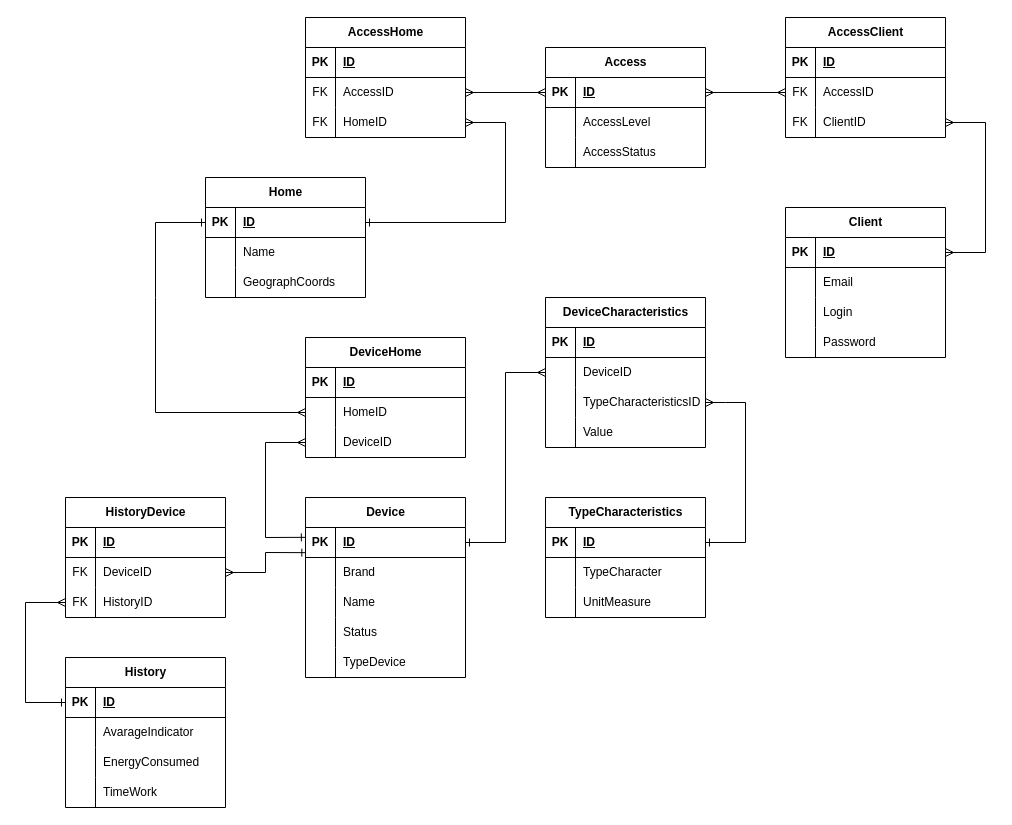
This is report/img/newDB.drawio from Mamvriyskiy/IoT-system, a draw.io file, before an edit. Source tidied: cells renumbered, new cells numbered last; positions are measured from the earlier drawing's top-left corner, leaving out a move shared by most shapes. Both pictures are drawn from the tidied source at 100%, with x=0, y=0 at pixel (25, 17).
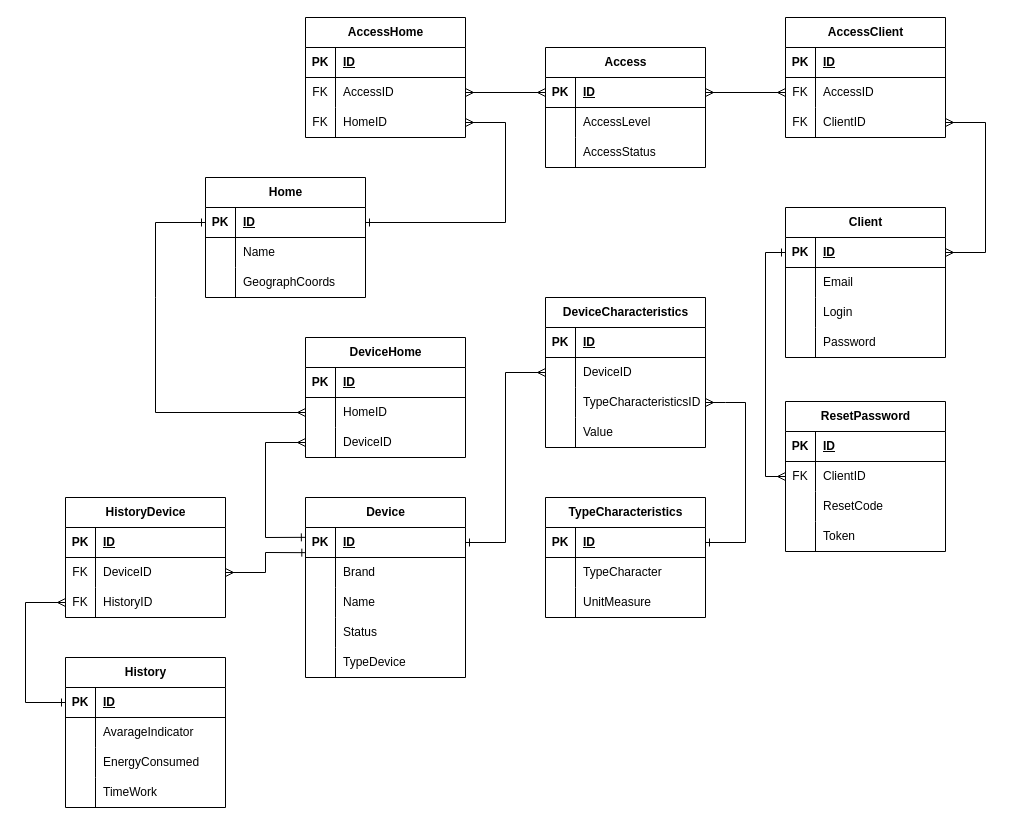
The same diagram, later.

The change refers to these unchanged cells:
```xml
<mxCell id="3" style="shape=tableRow;horizontal=0;startSize=0;swimlaneHead=0;swimlaneBody=0;fillColor=none;points=[[0,0.5],[1,0.5]];portConstraint=eastwest;top=0;left=0;right=0;bottom=1;" parent="2" vertex="1">
  <mxGeometry y="30" width="160" height="30" as="geometry" />
</mxCell>
```

What changed in the source:
```diff
@@
+    <mxCell id="137" value="ResetPassword" style="shape=table;startSize=30;childLayout=tableLayout;rowLines=0;fontStyle=1;align=center;html=1;" parent="1" vertex="1">
+      <mxGeometry x="760" y="384" width="160" height="150" as="geometry" />
+    </mxCell>
+    <mxCell id="138" style="shape=tableRow;horizontal=0;startSize=0;swimlaneHead=0;swimlaneBody=0;fillColor=none;top=0;left=0;right=0;bottom=1;" parent="137" vertex="1">
+      <mxGeometry y="30" width="160" height="30" as="geometry" />
+    </mxCell>
+    <mxCell id="139" value="PK" style="shape=partialRectangle;fillColor=none;top=0;left=0;bottom=0;right=0;fontStyle=1;overflow=hidden;whiteSpace=wrap;html=1;" parent="138" vertex="1">
+      <mxGeometry width="30" height="30" as="geometry" />
+    </mxCell>
+    <mxCell id="140" value="ID" style="shape=partialRectangle;fillColor=none;top=0;left=0;bottom=0;right=0;align=left;spacingLeft=6;fontStyle=5;overflow=hidden;whiteSpace=wrap;html=1;" parent="138" vertex="1">
+      <mxGeometry x="30" width="130" height="30" as="geometry" />
+    </mxCell>
+    <mxCell id="141" style="shape=tableRow;horizontal=0;startSize=0;swimlaneHead=0;swimlaneBody=0;fillColor=none;points=[[0,0.5],[1,0.5]];portConstraint=eastwest;top=0;left=0;right=0;bottom=0;" parent="137" vertex="1">
+      <mxGeometry y="60" width="160" height="30" as="geometry" />
+    </mxCell>
+    <mxCell id="142" value="FK" style="shape=partialRectangle;fillColor=none;top=0;left=0;bottom=0;right=0;overflow=hidden;whiteSpace=wrap;html=1;" parent="141" vertex="1">
+      <mxGeometry width="30" height="30" as="geometry" />
+    </mxCell>
+    <mxCell id="143" value="ClientID" style="shape=partialRectangle;fillColor=none;top=0;left=0;bottom=0;right=0;align=left;spacingLeft=6;overflow=hidden;whiteSpace=wrap;html=1;" parent="141" vertex="1">
+      <mxGeometry x="30" width="130" height="30" as="geometry" />
+    </mxCell>
+    <mxCell id="144" style="shape=tableRow;horizontal=0;startSize=0;swimlaneHead=0;swimlaneBody=0;fillColor=none;top=0;left=0;right=0;bottom=0;" parent="137" vertex="1">
+      <mxGeometry y="90" width="160" height="30" as="geometry" />
+    </mxCell>
+    <mxCell id="145" style="shape=partialRectangle;fillColor=none;top=0;left=0;bottom=0;right=0;overflow=hidden;whiteSpace=wrap;html=1;" parent="144" vertex="1">
+      <mxGeometry width="30" height="30" as="geometry" />
+    </mxCell>
+    <mxCell id="146" value="ResetCode" style="shape=partialRectangle;fillColor=none;top=0;left=0;bottom=0;right=0;align=left;spacingLeft=6;overflow=hidden;whiteSpace=wrap;html=1;" parent="144" vertex="1">
+      <mxGeometry x="30" width="130" height="30" as="geometry" />
+    </mxCell>
+    <mxCell id="147" style="shape=tableRow;horizontal=0;startSize=0;swimlaneHead=0;swimlaneBody=0;fillColor=none;top=0;left=0;right=0;bottom=0;" parent="137" vertex="1">
+      <mxGeometry y="120" width="160" height="30" as="geometry" />
+    </mxCell>
+    <mxCell id="148" style="shape=partialRectangle;fillColor=none;top=0;left=0;bottom=0;right=0;overflow=hidden;whiteSpace=wrap;html=1;" parent="147" vertex="1">
+      <mxGeometry width="30" height="30" as="geometry" />
+    </mxCell>
+    <mxCell id="149" value="Token" style="shape=partialRectangle;fillColor=none;top=0;left=0;bottom=0;right=0;align=left;spacingLeft=6;overflow=hidden;whiteSpace=wrap;html=1;" parent="147" vertex="1">
+      <mxGeometry x="30" width="130" height="30" as="geometry" />
+    </mxCell>
+    <mxCell id="150" style="edgeStyle=orthogonalEdgeStyle;rounded=0;jettySize=auto;html=1;exitX=0;exitY=0.5;exitDx=0;exitDy=0;entryX=0;entryY=0.5;entryDx=0;entryDy=0;startArrow=ERone;startFill=0;endArrow=ERmany;endFill=0;" parent="1" edge="1" source="3" target="141">
+      <mxGeometry relative="1" as="geometry" />
+    </mxCell>
```
